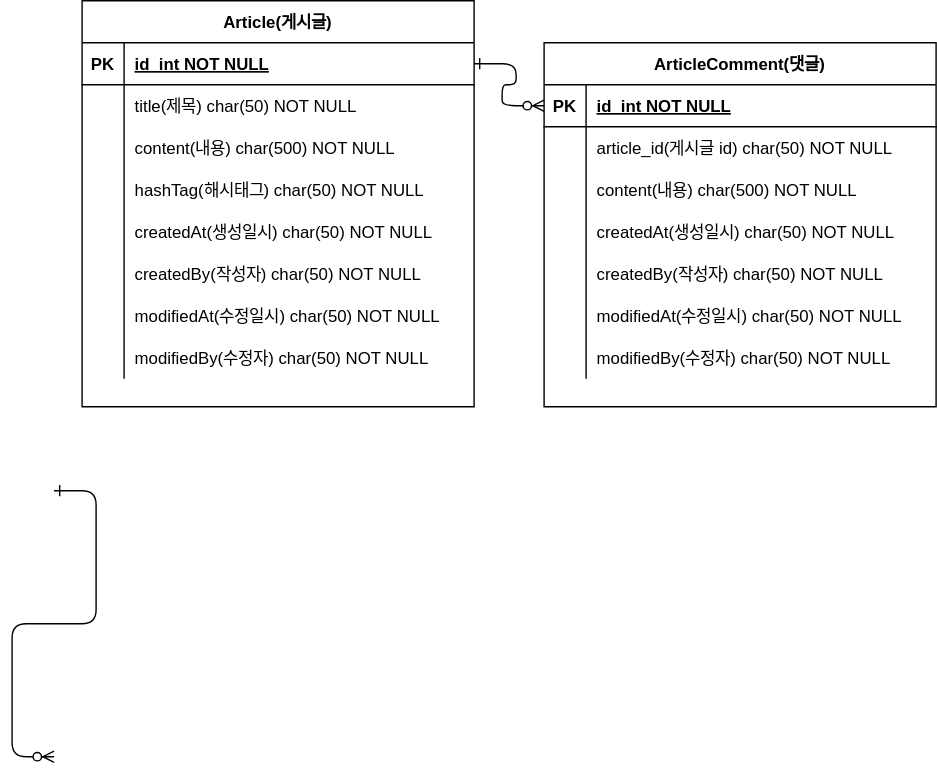
Before: document/projectBoardERD.svg, a diagram exported from draw.io (coyojo/fc-project-board). Source tidied: cells renumbered, new cells last; positions are measured from the earlier drawing's top-left corner, leaving out a move shared by most shapes.
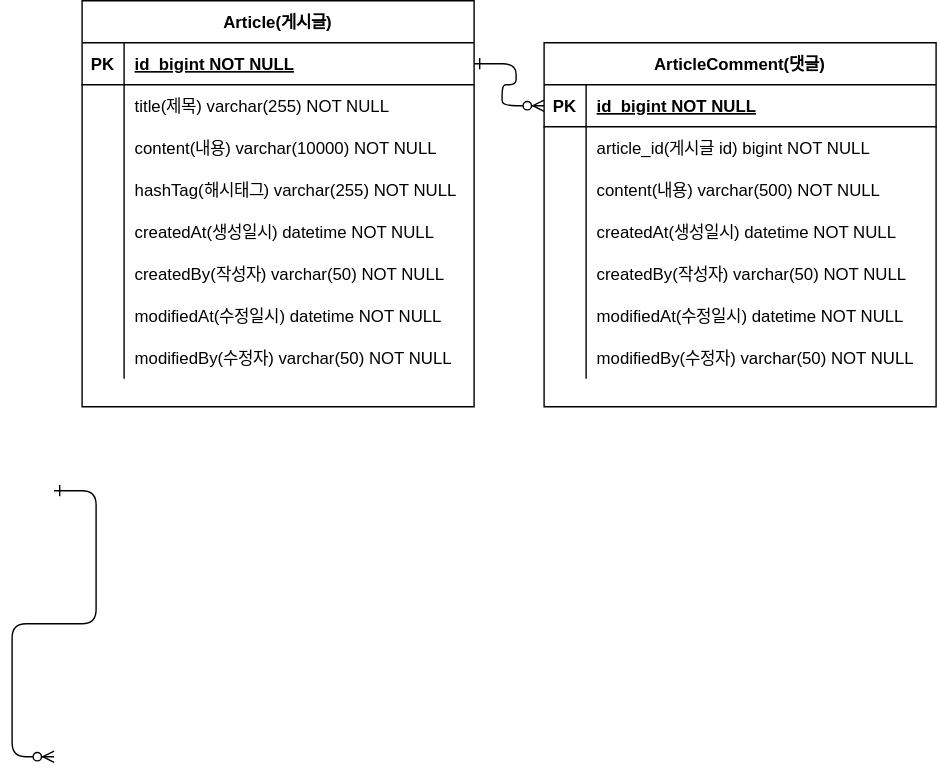
The same file after the commit.

Commit message:
#7-erd 업데이트

Change to the diagram source:
```diff
@@ -22,7 +22,7 @@
     <mxCell id="6" value="PK" style="shape=partialRectangle;overflow=hidden;fillColor=none;top=0;left=0;bottom=0;right=0;fontStyle=1;" parent="5" vertex="1">
       <mxGeometry width="30" height="30" as="geometry" />
     </mxCell>
-    <mxCell id="7" value="id  int NOT NULL " style="shape=partialRectangle;overflow=hidden;fillColor=none;top=0;left=0;bottom=0;right=0;align=left;spacingLeft=6;fontStyle=5;" parent="5" vertex="1">
+    <mxCell id="7" value="id  bigint NOT NULL " style="shape=partialRectangle;overflow=hidden;fillColor=none;top=0;left=0;bottom=0;right=0;align=left;spacingLeft=6;fontStyle=5;" parent="5" vertex="1">
       <mxGeometry x="30" width="250" height="30" as="geometry" />
     </mxCell>
     <mxCell id="8" style="shape=partialRectangle;fillColor=none;top=0;left=0;right=0;bottom=0;" parent="4" vertex="1">
@@ -31,7 +31,7 @@
     <mxCell id="9" style="shape=partialRectangle;overflow=hidden;fillColor=none;top=0;left=0;bottom=0;right=0;" parent="8" vertex="1">
       <mxGeometry width="30" height="30" as="geometry" />
     </mxCell>
-    <mxCell id="10" value="title(제목) char(50) NOT NULL" style="shape=partialRectangle;overflow=hidden;fillColor=none;top=0;left=0;bottom=0;right=0;align=left;spacingLeft=6;" parent="8" vertex="1">
+    <mxCell id="10" value="title(제목) varchar(255) NOT NULL" style="shape=partialRectangle;overflow=hidden;fillColor=none;top=0;left=0;bottom=0;right=0;align=left;spacingLeft=6;" parent="8" vertex="1">
       <mxGeometry x="30" width="250" height="30" as="geometry" />
     </mxCell>
     <mxCell id="11" style="shape=partialRectangle;fillColor=none;top=0;left=0;right=0;bottom=0;" parent="4" vertex="1">
@@ -40,7 +40,7 @@
     <mxCell id="12" style="shape=partialRectangle;overflow=hidden;fillColor=none;top=0;left=0;bottom=0;right=0;" parent="11" vertex="1">
       <mxGeometry width="30" height="30" as="geometry" />
     </mxCell>
-    <mxCell id="13" value="content(내용) char(500) NOT NULL" style="shape=partialRectangle;overflow=hidden;fillColor=none;top=0;left=0;bottom=0;right=0;align=left;spacingLeft=6;" parent="11" vertex="1">
+    <mxCell id="13" value="content(내용) varchar(10000) NOT NULL" style="shape=partialRectangle;overflow=hidden;fillColor=none;top=0;left=0;bottom=0;right=0;align=left;spacingLeft=6;" parent="11" vertex="1">
       <mxGeometry x="30" width="250" height="30" as="geometry" />
     </mxCell>
     <mxCell id="14" style="shape=partialRectangle;fillColor=none;top=0;left=0;right=0;bottom=0;" parent="4" vertex="1">
@@ -49,7 +49,7 @@
     <mxCell id="15" style="shape=partialRectangle;overflow=hidden;fillColor=none;top=0;left=0;bottom=0;right=0;" parent="14" vertex="1">
       <mxGeometry width="30" height="30" as="geometry" />
     </mxCell>
-    <mxCell id="16" value="hashTag(해시태그) char(50) NOT NULL" style="shape=partialRectangle;overflow=hidden;fillColor=none;top=0;left=0;bottom=0;right=0;align=left;spacingLeft=6;" parent="14" vertex="1">
+    <mxCell id="16" value="hashTag(해시태그) varchar(255) NOT NULL" style="shape=partialRectangle;overflow=hidden;fillColor=none;top=0;left=0;bottom=0;right=0;align=left;spacingLeft=6;" parent="14" vertex="1">
       <mxGeometry x="30" width="250" height="30" as="geometry" />
     </mxCell>
     <mxCell id="17" style="shape=partialRectangle;fillColor=none;top=0;left=0;right=0;bottom=0;" parent="4" vertex="1">
@@ -58,7 +58,7 @@
     <mxCell id="18" style="shape=partialRectangle;overflow=hidden;fillColor=none;top=0;left=0;bottom=0;right=0;" parent="17" vertex="1">
       <mxGeometry width="30" height="30" as="geometry" />
     </mxCell>
-    <mxCell id="19" value="createdAt(생성일시) char(50) NOT NULL" style="shape=partialRectangle;overflow=hidden;fillColor=none;top=0;left=0;bottom=0;right=0;align=left;spacingLeft=6;" parent="17" vertex="1">
+    <mxCell id="19" value="createdAt(생성일시) datetime NOT NULL" style="shape=partialRectangle;overflow=hidden;fillColor=none;top=0;left=0;bottom=0;right=0;align=left;spacingLeft=6;" parent="17" vertex="1">
       <mxGeometry x="30" width="250" height="30" as="geometry" />
     </mxCell>
     <mxCell id="20" style="shape=partialRectangle;fillColor=none;top=0;left=0;right=0;bottom=0;" parent="4" vertex="1">
@@ -67,7 +67,7 @@
     <mxCell id="21" style="shape=partialRectangle;overflow=hidden;fillColor=none;top=0;left=0;bottom=0;right=0;" parent="20" vertex="1">
       <mxGeometry width="30" height="30" as="geometry" />
     </mxCell>
-    <mxCell id="22" value="createdBy(작성자) char(50) NOT NULL" style="shape=partialRectangle;overflow=hidden;fillColor=none;top=0;left=0;bottom=0;right=0;align=left;spacingLeft=6;" parent="20" vertex="1">
+    <mxCell id="22" value="createdBy(작성자) varchar(50) NOT NULL" style="shape=partialRectangle;overflow=hidden;fillColor=none;top=0;left=0;bottom=0;right=0;align=left;spacingLeft=6;" parent="20" vertex="1">
       <mxGeometry x="30" width="250" height="30" as="geometry" />
     </mxCell>
     <mxCell id="23" style="shape=partialRectangle;fillColor=none;top=0;left=0;right=0;bottom=0;" parent="4" vertex="1">
@@ -76,7 +76,7 @@
     <mxCell id="24" style="shape=partialRectangle;overflow=hidden;fillColor=none;top=0;left=0;bottom=0;right=0;" parent="23" vertex="1">
       <mxGeometry width="30" height="30" as="geometry" />
     </mxCell>
-    <mxCell id="25" value="modifiedAt(수정일시) char(50) NOT NULL" style="shape=partialRectangle;overflow=hidden;fillColor=none;top=0;left=0;bottom=0;right=0;align=left;spacingLeft=6;" parent="23" vertex="1">
+    <mxCell id="25" value="modifiedAt(수정일시) datetime NOT NULL" style="shape=partialRectangle;overflow=hidden;fillColor=none;top=0;left=0;bottom=0;right=0;align=left;spacingLeft=6;" parent="23" vertex="1">
       <mxGeometry x="30" width="250" height="30" as="geometry" />
     </mxCell>
     <mxCell id="26" style="shape=partialRectangle;fillColor=none;top=0;left=0;right=0;bottom=0;" parent="4" vertex="1">
@@ -85,7 +85,7 @@
     <mxCell id="27" style="shape=partialRectangle;overflow=hidden;fillColor=none;top=0;left=0;bottom=0;right=0;" parent="26" vertex="1">
       <mxGeometry width="30" height="30" as="geometry" />
     </mxCell>
-    <mxCell id="28" value="modifiedBy(수정자) char(50) NOT NULL" style="shape=partialRectangle;overflow=hidden;fillColor=none;top=0;left=0;bottom=0;right=0;align=left;spacingLeft=6;" parent="26" vertex="1">
+    <mxCell id="28" value="modifiedBy(수정자) varchar(50) NOT NULL" style="shape=partialRectangle;overflow=hidden;fillColor=none;top=0;left=0;bottom=0;right=0;align=left;spacingLeft=6;" parent="26" vertex="1">
       <mxGeometry x="30" width="250" height="30" as="geometry" />
     </mxCell>
     <mxCell id="29" value="ArticleComment(댓글)" style="shape=table;startSize=30;rowLines=0;fontStyle=1;align=center;" parent="1" vertex="1">
@@ -97,7 +97,7 @@
     <mxCell id="31" value="PK" style="shape=partialRectangle;overflow=hidden;fillColor=none;top=0;left=0;bottom=0;right=0;fontStyle=1;" parent="30" vertex="1">
       <mxGeometry width="30" height="30" as="geometry" />
     </mxCell>
-    <mxCell id="32" value="id  int NOT NULL " style="shape=partialRectangle;overflow=hidden;fillColor=none;top=0;left=0;bottom=0;right=0;align=left;spacingLeft=6;fontStyle=5;" parent="30" vertex="1">
+    <mxCell id="32" value="id  bigint NOT NULL " style="shape=partialRectangle;overflow=hidden;fillColor=none;top=0;left=0;bottom=0;right=0;align=left;spacingLeft=6;fontStyle=5;" parent="30" vertex="1">
       <mxGeometry x="30" width="250" height="30" as="geometry" />
     </mxCell>
     <mxCell id="33" style="shape=partialRectangle;fillColor=none;top=0;left=0;right=0;bottom=0;" parent="29" vertex="1">
@@ -106,7 +106,7 @@
     <mxCell id="34" style="shape=partialRectangle;overflow=hidden;fillColor=none;top=0;left=0;bottom=0;right=0;" parent="33" vertex="1">
       <mxGeometry width="30" height="30" as="geometry" />
     </mxCell>
-    <mxCell id="35" value="article_id(게시글 id) char(50) NOT NULL" style="shape=partialRectangle;overflow=hidden;fillColor=none;top=0;left=0;bottom=0;right=0;align=left;spacingLeft=6;" parent="33" vertex="1">
+    <mxCell id="35" value="article_id(게시글 id) bigint NOT NULL" style="shape=partialRectangle;overflow=hidden;fillColor=none;top=0;left=0;bottom=0;right=0;align=left;spacingLeft=6;" parent="33" vertex="1">
       <mxGeometry x="30" width="250" height="30" as="geometry" />
     </mxCell>
     <mxCell id="36" style="shape=partialRectangle;fillColor=none;top=0;left=0;right=0;bottom=0;" parent="29" vertex="1">
@@ -115,7 +115,7 @@
     <mxCell id="37" style="shape=partialRectangle;overflow=hidden;fillColor=none;top=0;left=0;bottom=0;right=0;" parent="36" vertex="1">
       <mxGeometry width="30" height="30" as="geometry" />
     </mxCell>
-    <mxCell id="38" value="content(내용) char(500) NOT NULL" style="shape=partialRectangle;overflow=hidden;fillColor=none;top=0;left=0;bottom=0;right=0;align=left;spacingLeft=6;" parent="36" vertex="1">
+    <mxCell id="38" value="content(내용) varchar(500) NOT NULL" style="shape=partialRectangle;overflow=hidden;fillColor=none;top=0;left=0;bottom=0;right=0;align=left;spacingLeft=6;" parent="36" vertex="1">
       <mxGeometry x="30" width="250" height="30" as="geometry" />
     </mxCell>
     <mxCell id="39" style="shape=partialRectangle;fillColor=none;top=0;left=0;right=0;bottom=0;" parent="29" vertex="1">
@@ -124,7 +124,7 @@
     <mxCell id="40" style="shape=partialRectangle;overflow=hidden;fillColor=none;top=0;left=0;bottom=0;right=0;" parent="39" vertex="1">
       <mxGeometry width="30" height="30" as="geometry" />
     </mxCell>
-    <mxCell id="41" value="createdAt(생성일시) char(50) NOT NULL" style="shape=partialRectangle;overflow=hidden;fillColor=none;top=0;left=0;bottom=0;right=0;align=left;spacingLeft=6;" parent="39" vertex="1">
+    <mxCell id="41" value="createdAt(생성일시) datetime NOT NULL" style="shape=partialRectangle;overflow=hidden;fillColor=none;top=0;left=0;bottom=0;right=0;align=left;spacingLeft=6;" parent="39" vertex="1">
       <mxGeometry x="30" width="250" height="30" as="geometry" />
     </mxCell>
     <mxCell id="42" style="shape=partialRectangle;fillColor=none;top=0;left=0;right=0;bottom=0;" parent="29" vertex="1">
@@ -133,7 +133,7 @@
     <mxCell id="43" style="shape=partialRectangle;overflow=hidden;fillColor=none;top=0;left=0;bottom=0;right=0;" parent="42" vertex="1">
       <mxGeometry width="30" height="30" as="geometry" />
     </mxCell>
-    <mxCell id="44" value="createdBy(작성자) char(50) NOT NULL" style="shape=partialRectangle;overflow=hidden;fillColor=none;top=0;left=0;bottom=0;right=0;align=left;spacingLeft=6;" parent="42" vertex="1">
+    <mxCell id="44" value="createdBy(작성자) varchar(50) NOT NULL" style="shape=partialRectangle;overflow=hidden;fillColor=none;top=0;left=0;bottom=0;right=0;align=left;spacingLeft=6;" parent="42" vertex="1">
       <mxGeometry x="30" width="250" height="30" as="geometry" />
     </mxCell>
     <mxCell id="45" style="shape=partialRectangle;fillColor=none;top=0;left=0;right=0;bottom=0;" parent="29" vertex="1">
@@ -142,7 +142,7 @@
     <mxCell id="46" style="shape=partialRectangle;overflow=hidden;fillColor=none;top=0;left=0;bottom=0;right=0;" parent="45" vertex="1">
       <mxGeometry width="30" height="30" as="geometry" />
     </mxCell>
-    <mxCell id="47" value="modifiedAt(수정일시) char(50) NOT NULL" style="shape=partialRectangle;overflow=hidden;fillColor=none;top=0;left=0;bottom=0;right=0;align=left;spacingLeft=6;" parent="45" vertex="1">
+    <mxCell id="47" value="modifiedAt(수정일시) datetime NOT NULL" style="shape=partialRectangle;overflow=hidden;fillColor=none;top=0;left=0;bottom=0;right=0;align=left;spacingLeft=6;" parent="45" vertex="1">
       <mxGeometry x="30" width="250" height="30" as="geometry" />
     </mxCell>
     <mxCell id="48" style="shape=partialRectangle;fillColor=none;top=0;left=0;right=0;bottom=0;" parent="29" vertex="1">
@@ -151,7 +151,7 @@
     <mxCell id="49" style="shape=partialRectangle;overflow=hidden;fillColor=none;top=0;left=0;bottom=0;right=0;" parent="48" vertex="1">
       <mxGeometry width="30" height="30" as="geometry" />
     </mxCell>
-    <mxCell id="50" value="modifiedBy(수정자) char(50) NOT NULL" style="shape=partialRectangle;overflow=hidden;fillColor=none;top=0;left=0;bottom=0;right=0;align=left;spacingLeft=6;" parent="48" vertex="1">
+    <mxCell id="50" value="modifiedBy(수정자) varchar(50) NOT NULL" style="shape=partialRectangle;overflow=hidden;fillColor=none;top=0;left=0;bottom=0;right=0;align=left;spacingLeft=6;" parent="48" vertex="1">
       <mxGeometry x="30" width="250" height="30" as="geometry" />
     </mxCell>
   </root>
```
